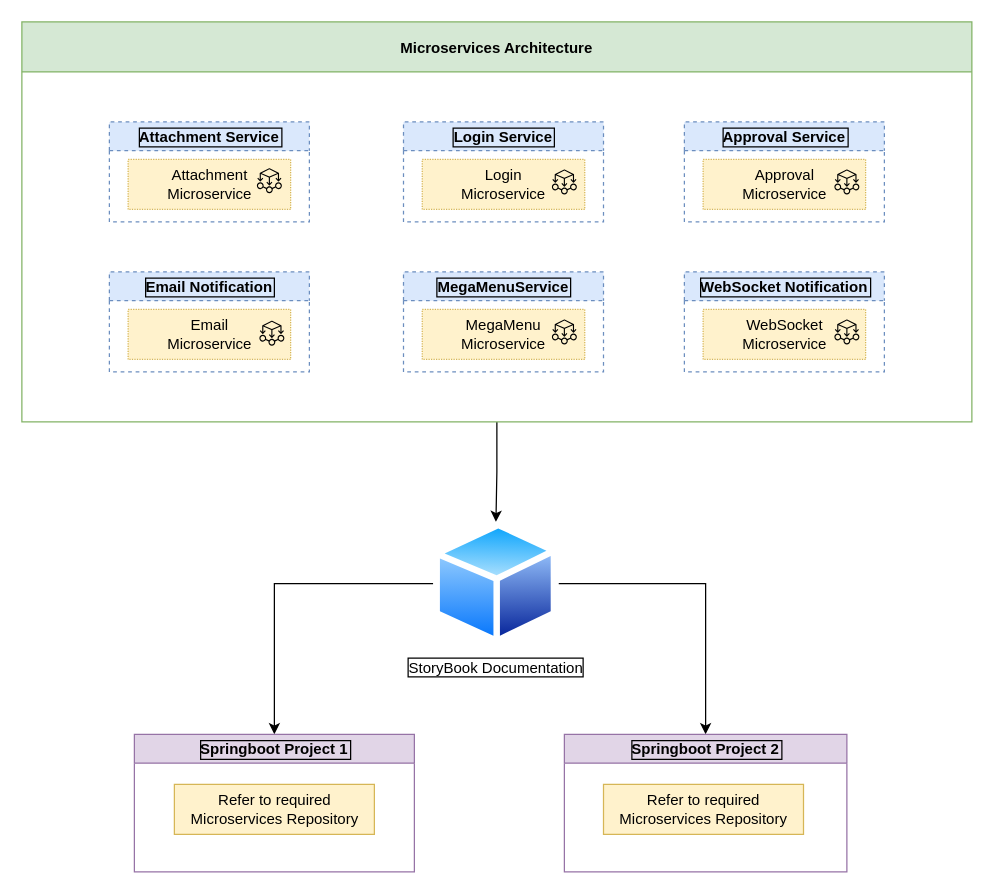
Before: Untitled Diagram.drawio in swanand7/LoveBabbar, a draw.io diagram. Source tidied: cells renumbered, new cells numbered last; positions are measured from the earlier drawing's top-left corner, leaving out a move shared by most shapes. Both pictures are drawn from the tidied source at 125%, with x=0, y=0 at pixel (21, 21).
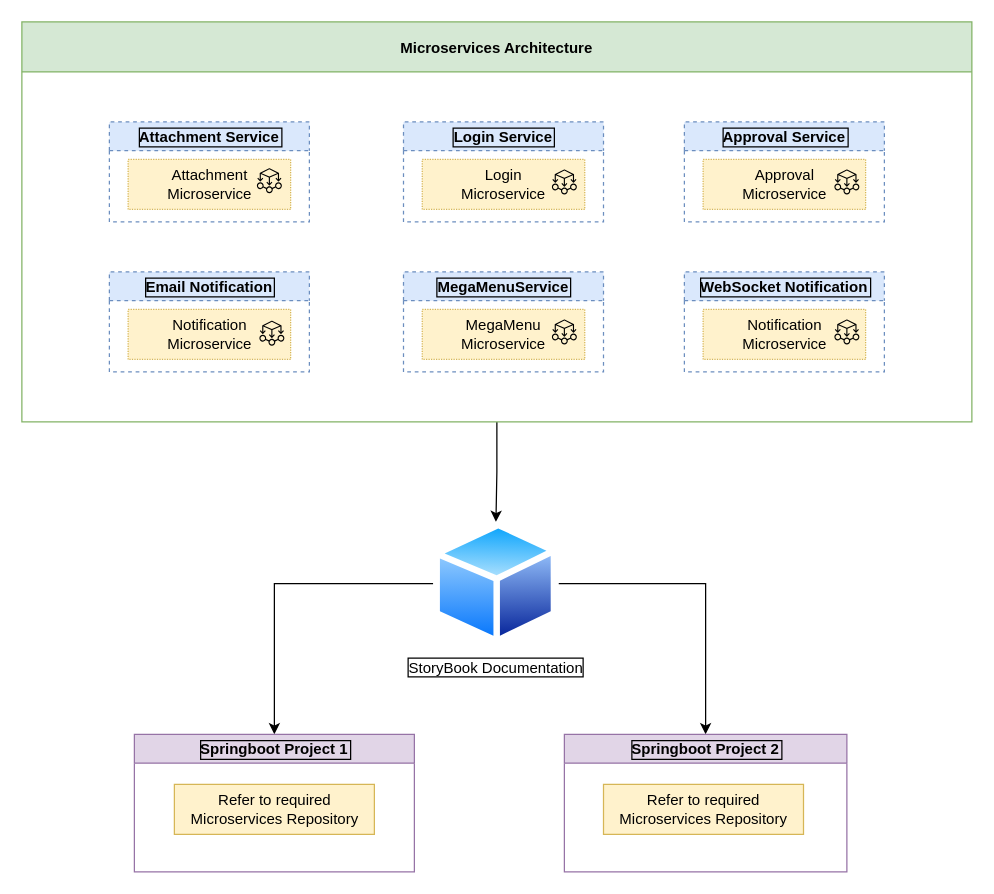
Above is the later version.

Unchanged cells that the change refers to:
```xml
<mxCell id="7" value="WebSocket Notification" style="swimlane;labelBorderColor=default;dashed=1;fillColor=#dae8fc;strokeColor=#6c8ebf;" parent="3" vertex="1">
  <mxGeometry x="530" y="200" width="160" height="80" as="geometry" />
</mxCell>
<mxCell id="10" value="Email Notification" style="swimlane;labelBorderColor=default;dashed=1;fillColor=#dae8fc;strokeColor=#6c8ebf;" parent="3" vertex="1">
  <mxGeometry x="70" y="200" width="160" height="80" as="geometry" />
</mxCell>
```

The edit, as a diff of the source:
```diff
@@
-    <mxCell id="8" value="WebSocket&lt;br&gt;Microservice" style="html=1;dashed=1;dashPattern=1 1;fillColor=#fff2cc;strokeColor=#d6b656;" parent="7" vertex="1">
+    <mxCell id="8" value="Notification&lt;br&gt;Microservice" style="html=1;dashed=1;dashPattern=1 1;fillColor=#fff2cc;strokeColor=#d6b656;" parent="7" vertex="1">
       <mxGeometry x="15" y="30" width="130" height="40" as="geometry" />
     </mxCell>
@@
-    <mxCell id="11" value="Email&lt;br&gt;Microservice" style="html=1;dashed=1;dashPattern=1 1;fillColor=#fff2cc;strokeColor=#d6b656;" parent="10" vertex="1">
+    <mxCell id="11" value="Notification&lt;br&gt;Microservice" style="html=1;dashed=1;dashPattern=1 1;fillColor=#fff2cc;strokeColor=#d6b656;" parent="10" vertex="1">
       <mxGeometry x="15" y="30" width="130" height="40" as="geometry" />
     </mxCell>
```
